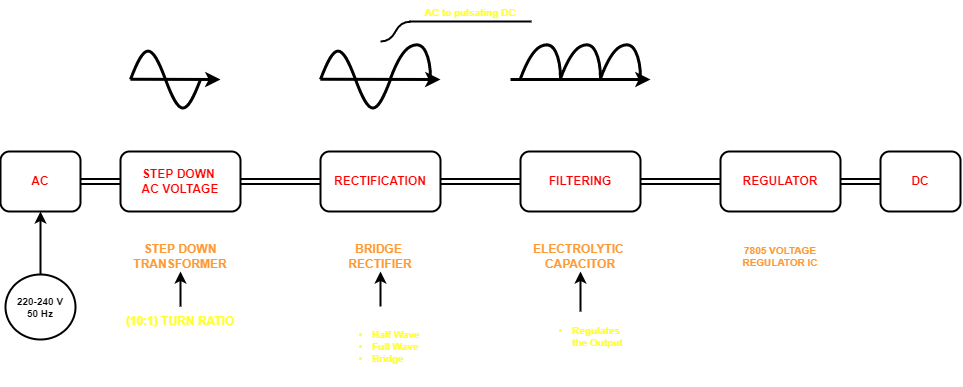
Above: Intermediate 2/10-Mobile Battery Charger Circuit/figure2.drawio.png in Electroversity/Electroverse (draw.io), before the change. Source tidied: cells renumbered, new cells last; positions are measured from the earlier drawing's top-left corner, leaving out a move shared by most shapes. Its diagram source:
```xml
<mxGraphModel>
  <root>
    <mxCell id="0" />
    <mxCell id="1" parent="0" />
    <mxCell id="2" value="STEP DOWN&amp;nbsp;&lt;br&gt;AC VOLTAGE" style="rounded=1;whiteSpace=wrap;html=1;fontColor=#FF0000;fontStyle=1;strokeColor=#000000;strokeWidth=2;" parent="1" vertex="1">
      <mxGeometry x="120" y="150" width="120" height="60" as="geometry" />
    </mxCell>
    <mxCell id="3" value="AC" style="rounded=1;whiteSpace=wrap;html=1;fontColor=#FF0000;fontStyle=1;strokeColor=#000000;strokeWidth=2;" parent="1" vertex="1">
      <mxGeometry y="150" width="80" height="60" as="geometry" />
    </mxCell>
    <mxCell id="4" value="RECTIFICATION" style="rounded=1;whiteSpace=wrap;html=1;fontColor=#FF0000;fontStyle=1;strokeColor=#000000;strokeWidth=2;" parent="1" vertex="1">
      <mxGeometry x="320" y="150" width="120" height="60" as="geometry" />
    </mxCell>
    <mxCell id="5" value="FILTERING" style="rounded=1;whiteSpace=wrap;html=1;fontColor=#FF0000;fontStyle=1;strokeColor=#000000;strokeWidth=2;" parent="1" vertex="1">
      <mxGeometry x="520" y="150" width="120" height="60" as="geometry" />
    </mxCell>
    <mxCell id="6" style="shape=link;html=1;exitX=1;exitY=0.5;exitDx=0;exitDy=0;entryX=0;entryY=0.5;entryDx=0;entryDy=0;fontColor=#000000;fontStyle=1;strokeColor=#000000;strokeWidth=2;" parent="1" edge="1" source="3" target="2">
      <mxGeometry relative="1" as="geometry" />
    </mxCell>
    <mxCell id="7" style="shape=link;html=1;entryX=0;entryY=0.5;entryDx=0;entryDy=0;fontColor=#000000;fontStyle=1;strokeColor=#000000;strokeWidth=2;" parent="1" edge="1" target="4">
      <mxGeometry relative="1" as="geometry">
        <mxPoint x="240" y="180" as="sourcePoint" />
      </mxGeometry>
    </mxCell>
    <mxCell id="8" style="shape=link;html=1;exitX=1;exitY=0.5;exitDx=0;exitDy=0;entryX=0;entryY=0.5;entryDx=0;entryDy=0;fontColor=#000000;fontStyle=1;strokeColor=#000000;strokeWidth=2;" parent="1" edge="1" source="4" target="5">
      <mxGeometry relative="1" as="geometry" />
    </mxCell>
    <mxCell id="9" value="STEP DOWN&lt;br&gt;TRANSFORMER" style="text;html=1;strokeColor=none;fillColor=none;align=center;verticalAlign=middle;whiteSpace=wrap;rounded=0;fontColor=#FF9933;fontStyle=1;strokeWidth=2;" parent="1" vertex="1">
      <mxGeometry x="130" y="240" width="100" height="30" as="geometry" />
    </mxCell>
    <mxCell id="10" value="BRIDGE&amp;nbsp;&lt;br&gt;RECTIFIER" style="text;html=1;strokeColor=none;fillColor=none;align=center;verticalAlign=middle;whiteSpace=wrap;rounded=0;fontColor=#FF9933;fontStyle=1;strokeWidth=2;" parent="1" vertex="1">
      <mxGeometry x="350" y="240" width="60" height="30" as="geometry" />
    </mxCell>
    <mxCell id="11" value="ELECTROLYTIC&amp;nbsp;&lt;br&gt;CAPACITOR" style="text;html=1;strokeColor=none;fillColor=none;align=center;verticalAlign=middle;whiteSpace=wrap;rounded=0;fontColor=#FF9933;fontStyle=1;strokeWidth=2;" parent="1" vertex="1">
      <mxGeometry x="550" y="240" width="60" height="30" as="geometry" />
    </mxCell>
    <mxCell id="12" value="(10:1) TURN RATIO" style="text;html=1;strokeColor=none;fillColor=none;align=center;verticalAlign=middle;whiteSpace=wrap;rounded=0;fontColor=#FFFF33;fontStyle=1;strokeWidth=2;" parent="1" vertex="1">
      <mxGeometry x="115" y="305" width="130" height="30" as="geometry" />
    </mxCell>
    <mxCell id="13" style="endArrow=classic;html=1;exitX=0.5;exitY=0;exitDx=0;exitDy=0;entryX=0.5;entryY=1;entryDx=0;entryDy=0;fontColor=#000000;fontStyle=1;strokeColor=#000000;strokeWidth=2;" parent="1" edge="1" source="12" target="9">
      <mxGeometry relative="1" as="geometry" />
    </mxCell>
    <mxCell id="14" value="220-240 V&lt;br style=&quot;font-size: 10px;&quot;&gt;50 Hz" style="ellipse;whiteSpace=wrap;html=1;fontSize=10;fontColor=#000000;fontStyle=1;strokeColor=#000000;strokeWidth=2;" parent="1" vertex="1">
      <mxGeometry x="5" y="273" width="70" height="65" as="geometry" />
    </mxCell>
    <mxCell id="15" style="endArrow=classic;html=1;fontSize=10;exitX=0.5;exitY=0;exitDx=0;exitDy=0;entryX=0.5;entryY=1;entryDx=0;entryDy=0;fontColor=#000000;fontStyle=1;strokeColor=#000000;strokeWidth=2;" parent="1" edge="1" source="14" target="3">
      <mxGeometry relative="1" as="geometry" />
    </mxCell>
    <mxCell id="16" value="&lt;ul&gt;&lt;li&gt;Half Wave&lt;/li&gt;&lt;li&gt;Full Wave&lt;/li&gt;&lt;li&gt;Bridge&lt;/li&gt;&lt;/ul&gt;" style="text;strokeColor=none;fillColor=none;html=1;whiteSpace=wrap;verticalAlign=middle;overflow=hidden;fontSize=10;fontColor=#FFFF33;fontStyle=1;" parent="1" vertex="1">
      <mxGeometry x="330" y="305" width="100" height="80" as="geometry" />
    </mxCell>
    <mxCell id="17" style="endArrow=classic;html=1;fontSize=10;exitX=0.5;exitY=0;exitDx=0;exitDy=0;entryX=0.5;entryY=1;entryDx=0;entryDy=0;fontColor=#000000;fontStyle=1;strokeColor=#000000;strokeWidth=2;" parent="1" edge="1" source="16" target="10">
      <mxGeometry relative="1" as="geometry" />
    </mxCell>
    <mxCell id="18" style="endArrow=classic;html=1;fontSize=10;fontColor=#000000;fontStyle=1;strokeColor=#000000;strokeWidth=3;" parent="1" edge="1">
      <mxGeometry relative="1" as="geometry">
        <mxPoint x="130" y="77.8" as="sourcePoint" />
        <mxPoint x="220" y="78" as="targetPoint" />
      </mxGeometry>
    </mxCell>
    <mxCell id="19" style="verticalLabelPosition=bottom;shadow=0;dashed=0;align=center;html=1;verticalAlign=top;shape=mxgraph.electrical.waveforms.sine_wave;fontSize=10;fontColor=#000000;fontStyle=1;strokeColor=#000000;strokeWidth=3;" parent="1" vertex="1">
      <mxGeometry x="130" y="40" width="70" height="76.2" as="geometry" />
    </mxCell>
    <mxCell id="20" style="endArrow=classic;html=1;fontSize=10;fontColor=#000000;fontStyle=1;strokeColor=#000000;strokeWidth=3;" parent="1" edge="1">
      <mxGeometry relative="1" as="geometry">
        <mxPoint x="320" y="77.8" as="sourcePoint" />
        <mxPoint x="440" y="78" as="targetPoint" />
      </mxGeometry>
    </mxCell>
    <mxCell id="21" style="verticalLabelPosition=bottom;shadow=0;dashed=0;align=center;html=1;verticalAlign=top;shape=mxgraph.electrical.waveforms.sine_wave;fontSize=10;fontColor=#000000;fontStyle=1;strokeColor=#000000;strokeWidth=3;" parent="1" vertex="1">
      <mxGeometry x="320" y="40" width="70" height="76.2" as="geometry" />
    </mxCell>
    <mxCell id="22" style="curved=1;endArrow=none;html=1;fontSize=10;endFill=0;fontColor=#000000;fontStyle=1;strokeColor=#000000;strokeWidth=3;" parent="1" edge="1">
      <mxGeometry relative="1" as="geometry">
        <mxPoint x="390" y="77" as="sourcePoint" />
        <mxPoint x="430" y="77" as="targetPoint" />
        <Array as="points">
          <mxPoint x="400" y="50" />
          <mxPoint x="420" y="40" />
          <mxPoint x="430" y="60" />
        </Array>
      </mxGeometry>
    </mxCell>
    <mxCell id="23" style="endArrow=classic;html=1;fontSize=10;fontColor=#000000;fontStyle=1;strokeColor=#000000;strokeWidth=3;" parent="1" edge="1">
      <mxGeometry relative="1" as="geometry">
        <mxPoint x="510" y="78" as="sourcePoint" />
        <mxPoint x="650" y="78" as="targetPoint" />
      </mxGeometry>
    </mxCell>
    <mxCell id="24" style="curved=1;endArrow=none;html=1;fontSize=10;endFill=0;fontColor=#000000;fontStyle=1;strokeColor=#000000;strokeWidth=3;" parent="1" edge="1">
      <mxGeometry relative="1" as="geometry">
        <mxPoint x="600" y="77" as="sourcePoint" />
        <mxPoint x="640" y="77" as="targetPoint" />
        <Array as="points">
          <mxPoint x="610" y="50" />
          <mxPoint x="630" y="40" />
          <mxPoint x="640" y="60" />
        </Array>
      </mxGeometry>
    </mxCell>
    <mxCell id="25" style="curved=1;endArrow=none;html=1;fontSize=10;endFill=0;fontColor=#000000;fontStyle=1;strokeColor=#000000;strokeWidth=3;" parent="1" edge="1">
      <mxGeometry relative="1" as="geometry">
        <mxPoint x="560" y="77" as="sourcePoint" />
        <mxPoint x="600" y="77" as="targetPoint" />
        <Array as="points">
          <mxPoint x="570" y="50" />
          <mxPoint x="590" y="40" />
          <mxPoint x="600" y="60" />
        </Array>
      </mxGeometry>
    </mxCell>
    <mxCell id="26" style="curved=1;endArrow=none;html=1;fontSize=10;endFill=0;fontColor=#000000;fontStyle=1;strokeColor=#000000;strokeWidth=3;" parent="1" edge="1">
      <mxGeometry relative="1" as="geometry">
        <mxPoint x="520" y="77" as="sourcePoint" />
        <mxPoint x="560" y="77" as="targetPoint" />
        <Array as="points">
          <mxPoint x="530" y="50" />
          <mxPoint x="550" y="40" />
          <mxPoint x="560" y="60" />
        </Array>
      </mxGeometry>
    </mxCell>
    <mxCell id="27" value="REGULATOR" style="rounded=1;whiteSpace=wrap;html=1;fontColor=#FF0000;fontStyle=1;strokeColor=#000000;strokeWidth=2;" parent="1" vertex="1">
      <mxGeometry x="720" y="150" width="120" height="60" as="geometry" />
    </mxCell>
    <mxCell id="28" style="shape=link;html=1;fontSize=10;endArrow=none;endFill=0;exitX=1;exitY=0.5;exitDx=0;exitDy=0;entryX=0;entryY=0.5;entryDx=0;entryDy=0;fontColor=#000000;fontStyle=1;strokeColor=#000000;strokeWidth=2;" parent="1" edge="1" source="5" target="27">
      <mxGeometry relative="1" as="geometry" />
    </mxCell>
    <mxCell id="29" value="DC" style="rounded=1;whiteSpace=wrap;html=1;fontColor=#FF0000;fontStyle=1;strokeColor=#000000;strokeWidth=2;" parent="1" vertex="1">
      <mxGeometry x="880" y="150" width="80" height="60" as="geometry" />
    </mxCell>
    <mxCell id="30" style="shape=link;html=1;fontSize=10;endArrow=none;endFill=0;exitX=1;exitY=0.5;exitDx=0;exitDy=0;entryX=0;entryY=0.5;entryDx=0;entryDy=0;fontColor=#000000;fontStyle=1;strokeColor=#000000;strokeWidth=2;" parent="1" edge="1" source="27" target="29">
      <mxGeometry relative="1" as="geometry" />
    </mxCell>
    <mxCell id="31" value="7805 VOLTAGE&lt;br&gt;REGULATOR IC" style="text;html=1;strokeColor=none;fillColor=none;align=center;verticalAlign=middle;whiteSpace=wrap;rounded=0;fontSize=10;fontColor=#FF9933;fontStyle=1;strokeWidth=2;" parent="1" vertex="1">
      <mxGeometry x="740" y="240" width="80" height="30" as="geometry" />
    </mxCell>
    <mxCell id="32" value="&lt;ul&gt;&lt;li&gt;Regulates the Output&lt;/li&gt;&lt;/ul&gt;" style="text;strokeColor=none;fillColor=none;html=1;whiteSpace=wrap;verticalAlign=middle;overflow=hidden;fontSize=10;fontColor=#FFFF33;fontStyle=1;strokeWidth=2;" parent="1" vertex="1">
      <mxGeometry x="530" y="310" width="100" height="50" as="geometry" />
    </mxCell>
    <mxCell id="33" style="endArrow=classic;html=1;fontSize=10;exitX=0.5;exitY=0;exitDx=0;exitDy=0;entryX=0.5;entryY=1;entryDx=0;entryDy=0;fontColor=#000000;fontStyle=1;strokeColor=#000000;strokeWidth=2;" parent="1" edge="1" source="32" target="11">
      <mxGeometry relative="1" as="geometry" />
    </mxCell>
    <mxCell id="34" value="AC to pulsating DC" style="whiteSpace=wrap;html=1;shape=partialRectangle;top=0;left=0;bottom=1;right=0;points=[[0,1],[1,1]];fillColor=none;align=center;verticalAlign=bottom;routingCenterY=0.5;snapToPoint=1;newEdgeStyle={&quot;edgeStyle&quot;:&quot;entityRelationEdgeStyle&quot;,&quot;startArrow&quot;:&quot;none&quot;,&quot;endArrow&quot;:&quot;none&quot;,&quot;segment&quot;:10,&quot;curved&quot;:1};fontSize=10;fontColor=#FFFF33;fontStyle=1;strokeColor=#000000;strokeWidth=2;" parent="1" vertex="1">
      <mxGeometry x="410" width="120" height="20" as="geometry" />
    </mxCell>
    <mxCell id="35" style="edgeStyle=entityRelationEdgeStyle;startArrow=none;endArrow=none;segment=10;curved=1;fontSize=10;fontColor=#000000;fontStyle=1;strokeColor=#000000;strokeWidth=2;" parent="1" edge="1" target="34">
      <mxGeometry relative="1" as="geometry">
        <mxPoint x="380" y="40" as="sourcePoint" />
      </mxGeometry>
    </mxCell>
  </root>
</mxGraphModel>
```
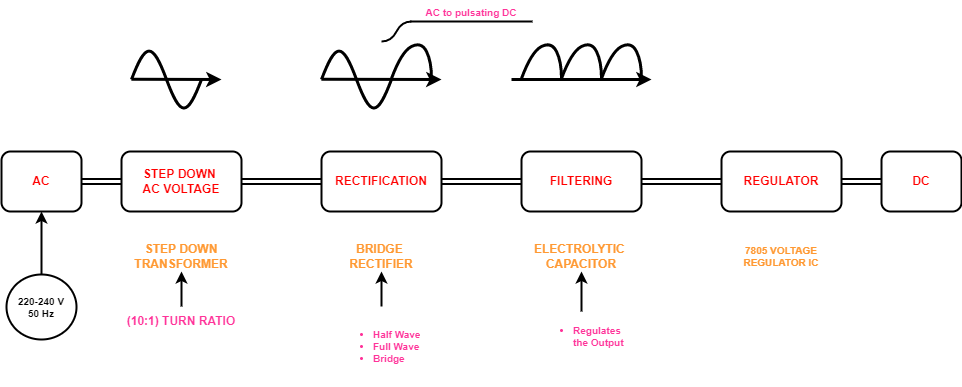
The same file after the commit.

Diff of the diagram source:
```diff
@@ -34,7 +34,7 @@
     <mxCell id="11" value="ELECTROLYTIC&amp;nbsp;&lt;br&gt;CAPACITOR" style="text;html=1;strokeColor=none;fillColor=none;align=center;verticalAlign=middle;whiteSpace=wrap;rounded=0;fontColor=#FF9933;fontStyle=1;strokeWidth=2;" parent="1" vertex="1">
       <mxGeometry x="550" y="240" width="60" height="30" as="geometry" />
     </mxCell>
-    <mxCell id="12" value="(10:1) TURN RATIO" style="text;html=1;strokeColor=none;fillColor=none;align=center;verticalAlign=middle;whiteSpace=wrap;rounded=0;fontColor=#FFFF33;fontStyle=1;strokeWidth=2;" parent="1" vertex="1">
+    <mxCell id="12" value="(10:1) TURN RATIO" style="text;html=1;strokeColor=none;fillColor=none;align=center;verticalAlign=middle;whiteSpace=wrap;rounded=0;fontColor=#FF3399;fontStyle=1;strokeWidth=2;" parent="1" vertex="1">
       <mxGeometry x="115" y="305" width="130" height="30" as="geometry" />
     </mxCell>
     <mxCell id="13" style="endArrow=classic;html=1;exitX=0.5;exitY=0;exitDx=0;exitDy=0;entryX=0.5;entryY=1;entryDx=0;entryDy=0;fontColor=#000000;fontStyle=1;strokeColor=#000000;strokeWidth=2;" parent="1" edge="1" source="12" target="9">
@@ -46,7 +46,7 @@
     <mxCell id="15" style="endArrow=classic;html=1;fontSize=10;exitX=0.5;exitY=0;exitDx=0;exitDy=0;entryX=0.5;entryY=1;entryDx=0;entryDy=0;fontColor=#000000;fontStyle=1;strokeColor=#000000;strokeWidth=2;" parent="1" edge="1" source="14" target="3">
       <mxGeometry relative="1" as="geometry" />
     </mxCell>
-    <mxCell id="16" value="&lt;ul&gt;&lt;li&gt;Half Wave&lt;/li&gt;&lt;li&gt;Full Wave&lt;/li&gt;&lt;li&gt;Bridge&lt;/li&gt;&lt;/ul&gt;" style="text;strokeColor=none;fillColor=none;html=1;whiteSpace=wrap;verticalAlign=middle;overflow=hidden;fontSize=10;fontColor=#FFFF33;fontStyle=1;" parent="1" vertex="1">
+    <mxCell id="16" value="&lt;ul&gt;&lt;li&gt;Half Wave&lt;/li&gt;&lt;li&gt;Full Wave&lt;/li&gt;&lt;li&gt;Bridge&lt;/li&gt;&lt;/ul&gt;" style="text;strokeColor=none;fillColor=none;html=1;whiteSpace=wrap;verticalAlign=middle;overflow=hidden;fontSize=10;fontColor=#FF3399;fontStyle=1;" parent="1" vertex="1">
       <mxGeometry x="330" y="305" width="100" height="80" as="geometry" />
     </mxCell>
     <mxCell id="17" style="endArrow=classic;html=1;fontSize=10;exitX=0.5;exitY=0;exitDx=0;exitDy=0;entryX=0.5;entryY=1;entryDx=0;entryDy=0;fontColor=#000000;fontStyle=1;strokeColor=#000000;strokeWidth=2;" parent="1" edge="1" source="16" target="10">
@@ -135,13 +135,13 @@
     <mxCell id="31" value="7805 VOLTAGE&lt;br&gt;REGULATOR IC" style="text;html=1;strokeColor=none;fillColor=none;align=center;verticalAlign=middle;whiteSpace=wrap;rounded=0;fontSize=10;fontColor=#FF9933;fontStyle=1;strokeWidth=2;" parent="1" vertex="1">
       <mxGeometry x="740" y="240" width="80" height="30" as="geometry" />
     </mxCell>
-    <mxCell id="32" value="&lt;ul&gt;&lt;li&gt;Regulates the Output&lt;/li&gt;&lt;/ul&gt;" style="text;strokeColor=none;fillColor=none;html=1;whiteSpace=wrap;verticalAlign=middle;overflow=hidden;fontSize=10;fontColor=#FFFF33;fontStyle=1;strokeWidth=2;" parent="1" vertex="1">
+    <mxCell id="32" value="&lt;ul&gt;&lt;li&gt;Regulates the Output&lt;/li&gt;&lt;/ul&gt;" style="text;strokeColor=none;fillColor=none;html=1;whiteSpace=wrap;verticalAlign=middle;overflow=hidden;fontSize=10;fontColor=#FF3399;fontStyle=1;strokeWidth=2;" parent="1" vertex="1">
       <mxGeometry x="530" y="310" width="100" height="50" as="geometry" />
     </mxCell>
     <mxCell id="33" style="endArrow=classic;html=1;fontSize=10;exitX=0.5;exitY=0;exitDx=0;exitDy=0;entryX=0.5;entryY=1;entryDx=0;entryDy=0;fontColor=#000000;fontStyle=1;strokeColor=#000000;strokeWidth=2;" parent="1" edge="1" source="32" target="11">
       <mxGeometry relative="1" as="geometry" />
     </mxCell>
-    <mxCell id="34" value="AC to pulsating DC" style="whiteSpace=wrap;html=1;shape=partialRectangle;top=0;left=0;bottom=1;right=0;points=[[0,1],[1,1]];fillColor=none;align=center;verticalAlign=bottom;routingCenterY=0.5;snapToPoint=1;newEdgeStyle={&quot;edgeStyle&quot;:&quot;entityRelationEdgeStyle&quot;,&quot;startArrow&quot;:&quot;none&quot;,&quot;endArrow&quot;:&quot;none&quot;,&quot;segment&quot;:10,&quot;curved&quot;:1};fontSize=10;fontColor=#FFFF33;fontStyle=1;strokeColor=#000000;strokeWidth=2;" parent="1" vertex="1">
+    <mxCell id="34" value="AC to pulsating DC" style="whiteSpace=wrap;html=1;shape=partialRectangle;top=0;left=0;bottom=1;right=0;points=[[0,1],[1,1]];fillColor=none;align=center;verticalAlign=bottom;routingCenterY=0.5;snapToPoint=1;newEdgeStyle={&quot;edgeStyle&quot;:&quot;entityRelationEdgeStyle&quot;,&quot;startArrow&quot;:&quot;none&quot;,&quot;endArrow&quot;:&quot;none&quot;,&quot;segment&quot;:10,&quot;curved&quot;:1};fontSize=10;fontColor=#FF3399;fontStyle=1;strokeColor=#000000;strokeWidth=2;" parent="1" vertex="1">
       <mxGeometry x="410" width="120" height="20" as="geometry" />
     </mxCell>
     <mxCell id="35" style="edgeStyle=entityRelationEdgeStyle;startArrow=none;endArrow=none;segment=10;curved=1;fontSize=10;fontColor=#000000;fontStyle=1;strokeColor=#000000;strokeWidth=2;" parent="1" edge="1" target="34">
```
